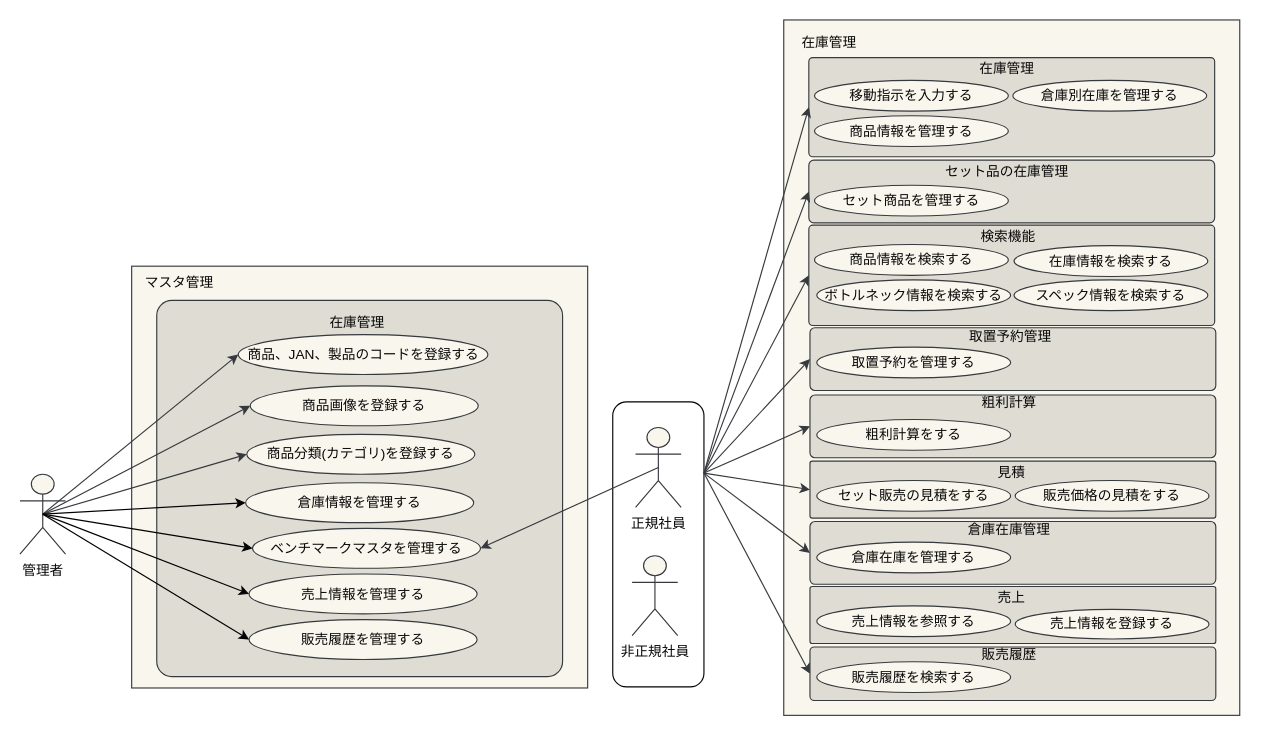
Above: page "在庫管理_ユースケース図" (2 of 3) of 各種設計書/2ユースケース図_済/ユースケース図.drawio in HaruShim/Sotuken (draw.io), before the change. Source tidied: cells renumbered, new cells numbered last; positions are measured from the earlier drawing's top-left corner, leaving out a move shared by most shapes. Both pictures are drawn from the tidied source at 114%, with x=0, y=0 at pixel (19, 19).
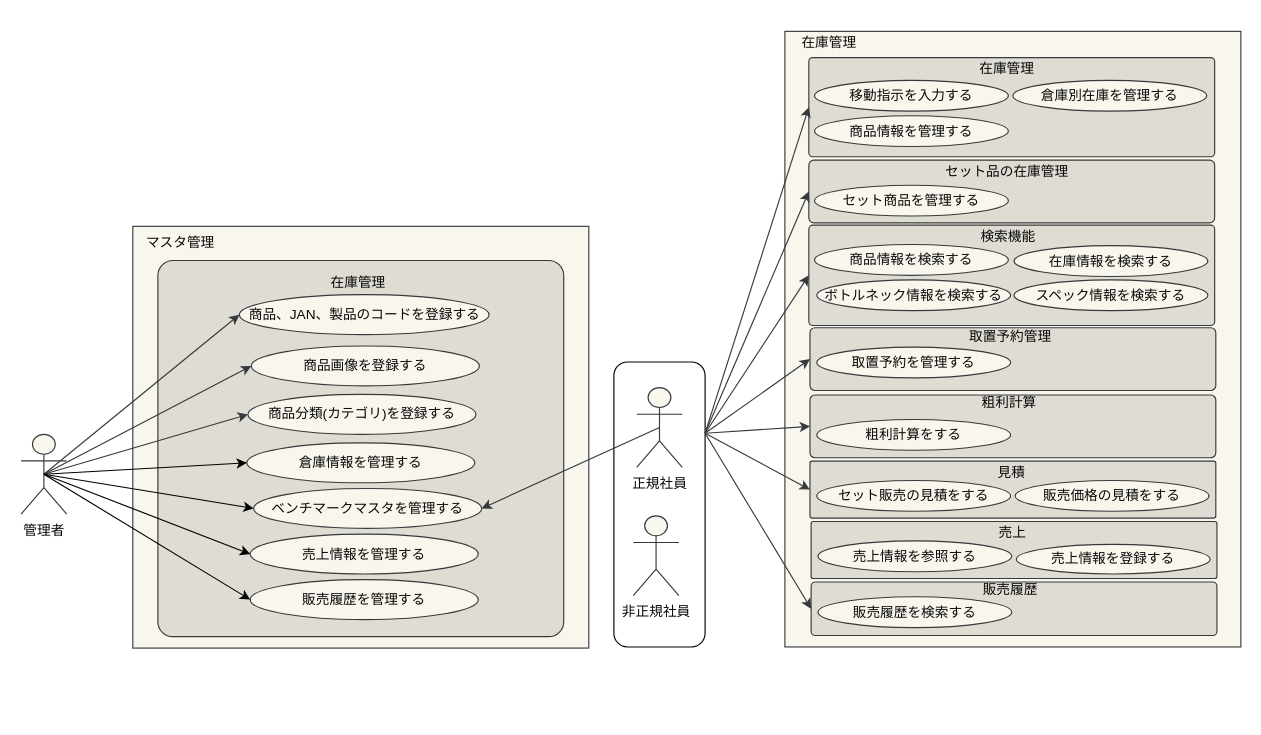
The same diagram, later.

Change to the diagram source:
```diff
@@
     <mxCell id="2" style="rounded=0;whiteSpace=wrap;html=1;strokeColor=#36393d;fillColor=#f9f7ed;fontColor=#080808;" parent="1" vertex="1">
-      <mxGeometry x="670" width="400" height="610" as="geometry" />
+      <mxGeometry x="671" y="10" width="400" height="540" as="geometry" />
     </mxCell>
@@
-    <mxCell id="10" style="rounded=1;whiteSpace=wrap;html=1;arcSize=8;strokeColor=#36393d;fillColor=#DEDCD3;fontColor=#080808;" parent="1" vertex="1">
-      <mxGeometry x="693" y="440" width="356" height="55" as="geometry" />
-    </mxCell>
     <mxCell id="11" style="rounded=1;whiteSpace=wrap;html=1;arcSize=4;strokeColor=#36393d;fillColor=#DEDCD3;fontColor=#080808;" parent="1" vertex="1">
-      <mxGeometry x="693" y="497" width="356" height="50" as="geometry" />
+      <mxGeometry x="694" y="440" width="356" height="50" as="geometry" />
     </mxCell>
     <mxCell id="12" style="rounded=1;whiteSpace=wrap;html=1;arcSize=8;strokeColor=#36393d;fillColor=#DEDCD3;fontColor=#080808;" parent="1" vertex="1">
-      <mxGeometry x="693" y="550" width="356" height="47" as="geometry" />
+      <mxGeometry x="694" y="493" width="356" height="47" as="geometry" />
     </mxCell>
@@
     <mxCell id="14" style="rounded=1;whiteSpace=wrap;html=1;" parent="13" vertex="1">
-      <mxGeometry x="520" y="335" width="80" height="250" as="geometry" />
+      <mxGeometry x="521" y="300" width="80" height="250" as="geometry" />
     </mxCell>
     <mxCell id="15" style="rounded=0;whiteSpace=wrap;html=1;strokeColor=#36393d;fillColor=#f9f7ed;fontColor=#080808;" parent="13" vertex="1">
-      <mxGeometry x="98" y="216" width="400" height="370" as="geometry" />
+      <mxGeometry x="99" y="181" width="400" height="370" as="geometry" />
     </mxCell>
     <mxCell id="16" value="管理者" style="shape=umlActor;verticalLabelPosition=bottom;verticalAlign=top;html=1;outlineConnect=0;strokeColor=#36393d;fillColor=#f9f7ed;fontColor=#080808;" parent="13" vertex="1">
-      <mxGeometry y="398.5" width="40" height="70" as="geometry" />
+      <mxGeometry x="1" y="363.5" width="40" height="70" as="geometry" />
     </mxCell>
@@
     <mxCell id="18" style="rounded=1;whiteSpace=wrap;html=1;arcSize=4;strokeColor=#36393d;fillColor=#DEDCD3;fontColor=#080808;" parent="13" vertex="1">
-      <mxGeometry x="120" y="246" width="356" height="330" as="geometry" />
+      <mxGeometry x="121" y="211" width="356" height="330" as="geometry" />
     </mxCell>
@@
     <mxCell id="20" value="マスタ管理" style="text;html=1;strokeColor=none;fillColor=none;align=center;verticalAlign=middle;whiteSpace=wrap;rounded=0;fontColor=#080808;" parent="13" vertex="1">
-      <mxGeometry x="100" y="216" width="80" height="30" as="geometry" />
+      <mxGeometry x="101" y="181" width="80" height="30" as="geometry" />
     </mxCell>
@@
     <mxCell id="22" value="商品、JAN、製品のコードを登録する" style="ellipse;whiteSpace=wrap;html=1;strokeColor=#36393d;fillColor=#f9f7ed;fontColor=#080808;" parent="13" vertex="1">
-      <mxGeometry x="191.5" y="276" width="219" height="35" as="geometry" />
+      <mxGeometry x="192.5" y="241" width="219" height="35" as="geometry" />
     </mxCell>
     <mxCell id="23" value="商品画像を登録する" style="ellipse;whiteSpace=wrap;html=1;strokeColor=#36393d;fillColor=#f9f7ed;fontColor=#080808;" parent="13" vertex="1">
-      <mxGeometry x="202" y="321" width="200" height="35" as="geometry" />
+      <mxGeometry x="203" y="286" width="200" height="35" as="geometry" />
     </mxCell>
     <mxCell id="24" value="商品分類(カテゴリ)を登録する" style="ellipse;whiteSpace=wrap;html=1;strokeColor=#36393d;fillColor=#f9f7ed;fontColor=#080808;" parent="13" vertex="1">
-      <mxGeometry x="199" y="363.5" width="200" height="35" as="geometry" />
+      <mxGeometry x="200" y="328.5" width="200" height="35" as="geometry" />
     </mxCell>
@@
     <mxCell id="30" value="在庫管理" style="text;html=1;strokeColor=none;fillColor=none;align=center;verticalAlign=middle;whiteSpace=wrap;rounded=0;fontColor=#080808;" parent="13" vertex="1">
-      <mxGeometry x="122" y="256" width="348" height="20" as="geometry" />
+      <mxGeometry x="123" y="221" width="348" height="20" as="geometry" />
     </mxCell>
     <mxCell id="31" value="倉庫情報を管理する" style="ellipse;whiteSpace=wrap;html=1;strokeColor=#36393d;fillColor=#f9f7ed;fontColor=#080808;" parent="13" vertex="1">
-      <mxGeometry x="198" y="406" width="200" height="35" as="geometry" />
+      <mxGeometry x="199" y="371" width="200" height="35" as="geometry" />
     </mxCell>
     <mxCell id="32" value="ベンチマークマスタを管理する" style="ellipse;whiteSpace=wrap;html=1;strokeColor=#36393d;fillColor=#f9f7ed;fontColor=#080808;" parent="13" vertex="1">
-      <mxGeometry x="204" y="446" width="200" height="35" as="geometry" />
+      <mxGeometry x="205" y="411" width="200" height="35" as="geometry" />
     </mxCell>
     <mxCell id="33" value="売上情報を管理する" style="ellipse;whiteSpace=wrap;html=1;strokeColor=#36393d;fillColor=#f9f7ed;fontColor=#080808;" parent="13" vertex="1">
-      <mxGeometry x="201" y="486" width="200" height="35" as="geometry" />
+      <mxGeometry x="202" y="451" width="200" height="35" as="geometry" />
     </mxCell>
     <mxCell id="34" value="販売履歴を管理する" style="ellipse;whiteSpace=wrap;html=1;strokeColor=#36393d;fillColor=#f9f7ed;fontColor=#080808;" parent="13" vertex="1">
-      <mxGeometry x="201" y="526" width="200" height="35" as="geometry" />
+      <mxGeometry x="202" y="491" width="200" height="35" as="geometry" />
     </mxCell>
@@
-    <mxCell id="49" value="&lt;span&gt;倉庫在庫管理&lt;/span&gt;" style="text;html=1;strokeColor=none;fillColor=none;align=center;verticalAlign=middle;whiteSpace=wrap;rounded=0;fontColor=#080808;" parent="13" vertex="1">
-      <mxGeometry x="688" y="437" width="360" height="20" as="geometry" />
-    </mxCell>
-    <mxCell id="50" value="倉庫在庫を管理する" style="ellipse;whiteSpace=wrap;html=1;strokeColor=#36393d;fillColor=#f9f7ed;fontColor=#080808;" parent="13" vertex="1">
-      <mxGeometry x="699" y="458" width="170" height="27" as="geometry" />
-    </mxCell>
     <mxCell id="51" value="売上情報を参照する" style="ellipse;whiteSpace=wrap;html=1;strokeColor=#36393d;fillColor=#f9f7ed;fontColor=#080808;" parent="13" vertex="1">
-      <mxGeometry x="699" y="514" width="170" height="27" as="geometry" />
+      <mxGeometry x="700" y="457" width="170" height="27" as="geometry" />
     </mxCell>
     <mxCell id="52" value="売上" style="text;html=1;strokeColor=none;fillColor=none;align=center;verticalAlign=middle;whiteSpace=wrap;rounded=0;fontColor=#080808;" parent="13" vertex="1">
-      <mxGeometry x="690" y="497" width="360" height="20" as="geometry" />
+      <mxGeometry x="691" y="440" width="360" height="20" as="geometry" />
     </mxCell>
     <mxCell id="53" value="売上情報を登録する" style="ellipse;whiteSpace=wrap;html=1;strokeColor=#36393d;fillColor=#f9f7ed;fontColor=#080808;" parent="13" vertex="1">
-      <mxGeometry x="873" y="517" width="170" height="26" as="geometry" />
+      <mxGeometry x="874" y="460" width="170" height="26" as="geometry" />
     </mxCell>
     <mxCell id="54" value="販売履歴" style="text;html=1;strokeColor=none;fillColor=none;align=center;verticalAlign=middle;whiteSpace=wrap;rounded=0;fontColor=#080808;" parent="13" vertex="1">
-      <mxGeometry x="688" y="547" width="360" height="20" as="geometry" />
+      <mxGeometry x="689" y="490" width="360" height="20" as="geometry" />
     </mxCell>
     <mxCell id="55" value="販売履歴を検索する" style="ellipse;whiteSpace=wrap;html=1;strokeColor=#36393d;fillColor=#f9f7ed;fontColor=#080808;" parent="13" vertex="1">
-      <mxGeometry x="699" y="563" width="170" height="27" as="geometry" />
+      <mxGeometry x="700" y="506" width="170" height="27" as="geometry" />
     </mxCell>
@@
     <mxCell id="62" value="正規社員" style="shape=umlActor;verticalLabelPosition=bottom;verticalAlign=top;html=1;outlineConnect=0;strokeColor=#36393d;fillColor=#f9f7ed;fontColor=#080808;" parent="13" vertex="1">
-      <mxGeometry x="540" y="357.5" width="40" height="70" as="geometry" />
+      <mxGeometry x="541" y="322.5" width="40" height="70" as="geometry" />
     </mxCell>
     <mxCell id="63" value="非正規社員" style="shape=umlActor;verticalLabelPosition=bottom;verticalAlign=top;html=1;strokeColor=#36393d;fillColor=#f9f7ed;fontColor=#080808;" parent="13" vertex="1">
-      <mxGeometry x="537" y="470" width="40" height="70" as="geometry" />
+      <mxGeometry x="538" y="435" width="40" height="70" as="geometry" />
     </mxCell>
@@
-    <mxCell id="68" style="endArrow=classic;html=1;rounded=0;exitX=1;exitY=0.25;exitDx=0;exitDy=0;entryX=0;entryY=0.5;entryDx=0;entryDy=0;strokeColor=#36393d;fillColor=#f9f7ed;fontColor=#080808;startArrow=none;" parent="13" edge="1" source="14" target="10">
-      <mxGeometry relative="1" as="geometry" />
-    </mxCell>
```
